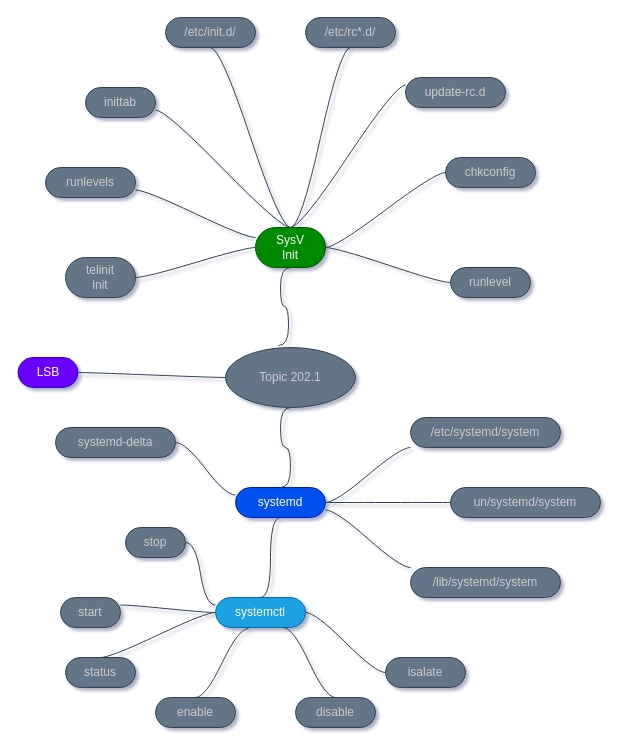
Above: MindMaps/mindmap-202.1.drawio in marcossilvestrini/learning-lpic-2-201-450 (draw.io), before the change. Source tidied: cells renumbered, new cells numbered last; positions are measured from the earlier drawing's top-left corner, leaving out a move shared by most shapes. Both pictures are drawn from the tidied source at 100%, with x=0, y=0 at pixel (17, 17).
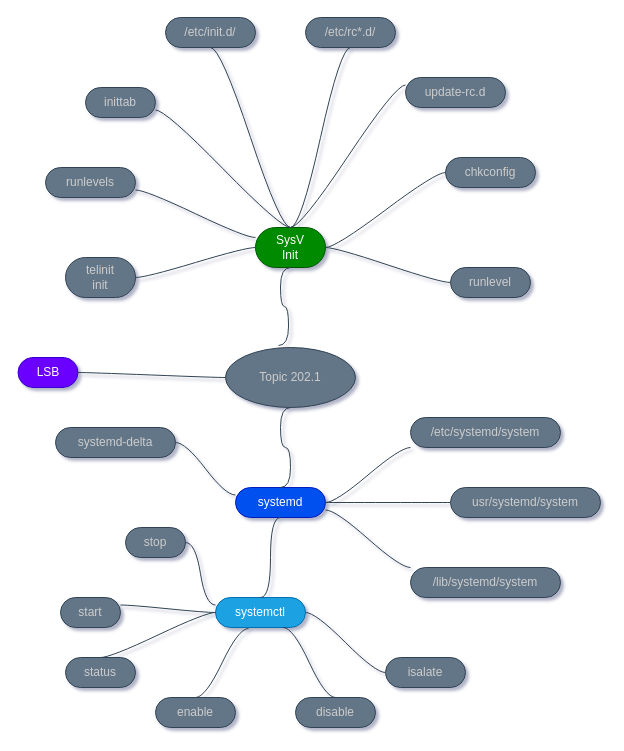
After the change.

The edit, as a diff of the source:
```diff
@@
-    <mxCell id="27" value="un/systemd/system" style="whiteSpace=wrap;html=1;rounded=1;arcSize=50;align=center;verticalAlign=middle;strokeWidth=1;spacing=4;newEdgeStyle={&quot;edgeStyle&quot;:&quot;entityRelationEdgeStyle&quot;,&quot;startArrow&quot;:&quot;none&quot;,&quot;endArrow&quot;:&quot;none&quot;,&quot;segment&quot;:10,&quot;curved&quot;:1};fillColor=#647687;fontColor=#CCCCCC;strokeColor=#314354;" parent="1" vertex="1">
+    <mxCell id="27" value="usr/systemd/system" style="whiteSpace=wrap;html=1;rounded=1;arcSize=50;align=center;verticalAlign=middle;strokeWidth=1;spacing=4;newEdgeStyle={&quot;edgeStyle&quot;:&quot;entityRelationEdgeStyle&quot;,&quot;startArrow&quot;:&quot;none&quot;,&quot;endArrow&quot;:&quot;none&quot;,&quot;segment&quot;:10,&quot;curved&quot;:1};fillColor=#647687;fontColor=#CCCCCC;strokeColor=#314354;" parent="1" vertex="1">
       <mxGeometry x="433" y="470" width="150" height="30" as="geometry" />
     </mxCell>
```
